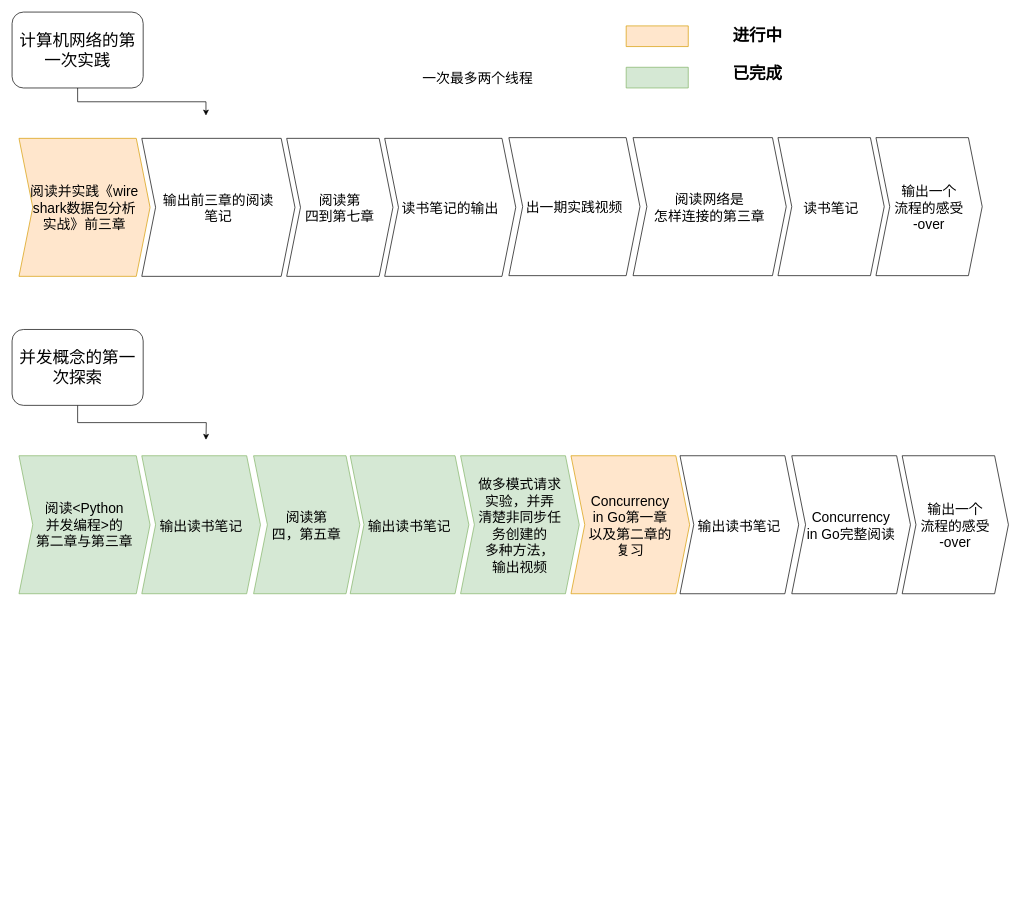
This is scheduler.drawio from xiaoniaoyouhuajiang/scheduler, a draw.io file, before an edit. Source tidied: cells renumbered, new cells numbered last; positions are measured from the earlier drawing's top-left corner, leaving out a move shared by most shapes. Both pictures are drawn from the tidied source at 69%, with x=0, y=0 at pixel (12, 12).
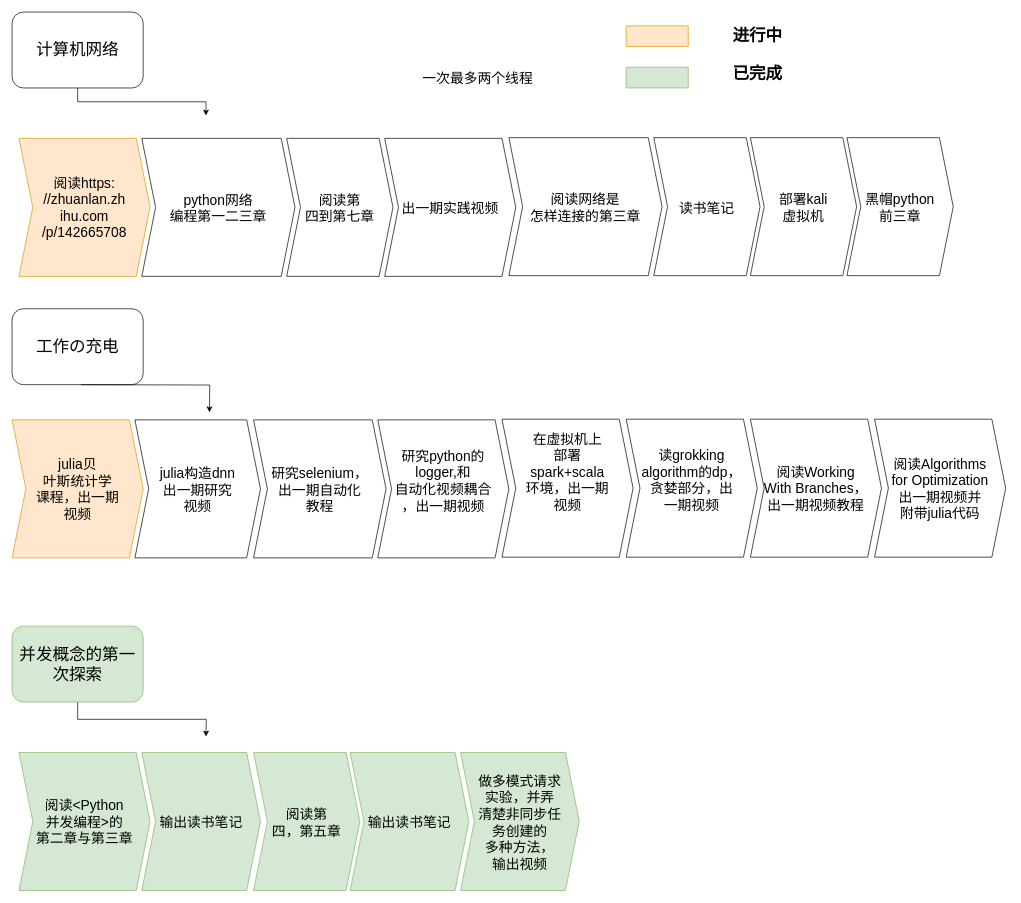
Above is the later version.

Unchanged cells that the change refers to:
```xml
<mxCell id="4" style="swimlane;horizontal=1;fillColor=none;strokeColor=none;stackBorder=10;align=center;points=[];fontColor=#000000;" parent="1" vertex="1">
  <mxGeometry y="150" width="562" height="243" as="geometry" />
</mxCell>
<mxCell id="8" style="swimlane;horizontal=1;fillColor=none;strokeColor=none;stackBorder=10;align=center;fontColor=#000000;" parent="1" vertex="1">
  <mxGeometry x="530" y="150" width="210" height="243" as="geometry" />
</mxCell>
```

Diff of the diagram source:
```diff
@@
-    <mxCell id="3" value="&lt;font style=&quot;font-size: 24px&quot;&gt;计算机网络的第一次实践&lt;/font&gt;" style="rounded=1;whiteSpace=wrap;html=1;" parent="1" vertex="1">
+    <mxCell id="3" value="&lt;span style=&quot;font-size: 24px&quot;&gt;计算机网络&lt;/span&gt;" style="rounded=1;whiteSpace=wrap;html=1;" parent="1" vertex="1">
       <mxGeometry width="190" height="110" as="geometry" />
     </mxCell>
@@
-    <mxCell id="5" value="阅读并实践《wire&#10;shark数据包分析&#10;实战》前三章" style="shape=step;perimeter=stepPerimeter;fixedSize=1;whiteSpace=wrap;fontSize=20;fillColor=#ffe6cc;strokeColor=#d79b00;" parent="4" vertex="1">
+    <mxCell id="5" value="阅读https:&#10;//zhuanlan.zh&#10;ihu.com&#10;/p/142665708" style="shape=step;perimeter=stepPerimeter;fixedSize=1;whiteSpace=wrap;fontSize=20;fillColor=#ffe6cc;strokeColor=#d79b00;" parent="4" vertex="1">
       <mxGeometry x="10" y="33" width="190" height="200" as="geometry" />
     </mxCell>
-    <mxCell id="6" value="输出前三章的阅读&#10;笔记" style="shape=step;perimeter=stepPerimeter;fixedSize=1;fontSize=20;" parent="4" vertex="1">
+    <mxCell id="6" value="python网络&#10;编程第一二三章" style="shape=step;perimeter=stepPerimeter;fixedSize=1;fontSize=20;" parent="4" vertex="1">
       <mxGeometry x="188" y="33" width="222" height="200" as="geometry" />
     </mxCell>
@@
-    <mxCell id="9" value="读书笔记的输出" style="shape=step;perimeter=stepPerimeter;fixedSize=1;whiteSpace=wrap;fontSize=20;" parent="8" vertex="1">
+    <mxCell id="9" value="出一期实践视频" style="shape=step;perimeter=stepPerimeter;fixedSize=1;whiteSpace=wrap;fontSize=20;" parent="8" vertex="1">
       <mxGeometry x="10" y="33" width="190" height="200" as="geometry" />
     </mxCell>
@@
     <mxCell id="14" style="edgeStyle=orthogonalEdgeStyle;rounded=0;jettySize=auto;html=1;exitX=0.5;exitY=1;exitDx=0;exitDy=0;" parent="1" edge="1" source="15">
       <mxGeometry relative="1" as="geometry">
-        <mxPoint x="281" y="620" as="targetPoint" />
+        <mxPoint x="281" y="1050" as="targetPoint" />
       </mxGeometry>
     </mxCell>
-    <mxCell id="15" value="&lt;font style=&quot;font-size: 24px&quot;&gt;并发概念的第一次探索&lt;/font&gt;" style="rounded=1;whiteSpace=wrap;html=1;" parent="1" vertex="1">
-      <mxGeometry y="460" width="190" height="110" as="geometry" />
+    <mxCell id="15" value="&lt;font style=&quot;font-size: 24px&quot;&gt;并发概念的第一次探索&lt;/font&gt;" style="rounded=1;whiteSpace=wrap;html=1;fillColor=#d5e8d4;strokeColor=#82b366;" parent="1" vertex="1">
+      <mxGeometry y="890" width="190" height="110" as="geometry" />
     </mxCell>
     <mxCell id="16" value="阅读&lt;Python&#10;并发编程&gt;的&#10;第二章与第三章" style="shape=step;perimeter=stepPerimeter;fixedSize=1;whiteSpace=wrap;fontSize=20;fillColor=#d5e8d4;strokeColor=#82b366;" parent="1" vertex="1">
-      <mxGeometry x="10" y="643" width="190" height="200" as="geometry" />
+      <mxGeometry x="10" y="1073" width="190" height="200" as="geometry" />
     </mxCell>
     <mxCell id="17" value="输出读书笔记" style="shape=step;perimeter=stepPerimeter;fixedSize=1;fontSize=20;fillColor=#d5e8d4;strokeColor=#82b366;" parent="1" vertex="1">
-      <mxGeometry x="188" y="643" width="172" height="200" as="geometry" />
+      <mxGeometry x="188" y="1073" width="172" height="200" as="geometry" />
     </mxCell>
     <mxCell id="18" value="阅读第&#10;四，第五章" style="shape=step;perimeter=stepPerimeter;fixedSize=1;fontSize=20;fillColor=#d5e8d4;strokeColor=#82b366;" parent="1" vertex="1">
-      <mxGeometry x="350" y="643" width="154" height="200" as="geometry" />
+      <mxGeometry x="350" y="1073" width="154" height="200" as="geometry" />
     </mxCell>
@@
     <mxCell id="20" value="输出读书笔记" style="shape=step;perimeter=stepPerimeter;fixedSize=1;fontSize=20;fillColor=#d5e8d4;strokeColor=#82b366;" parent="1" vertex="1">
-      <mxGeometry x="490" y="643" width="172" height="200" as="geometry" />
+      <mxGeometry x="490" y="1073" width="172" height="200" as="geometry" />
     </mxCell>
     <mxCell id="21" value="读书笔记" style="shape=step;perimeter=stepPerimeter;fixedSize=1;fontSize=20;" parent="1" vertex="1">
-      <mxGeometry x="1110" y="182" width="154" height="200" as="geometry" />
+      <mxGeometry x="930" y="182" width="154" height="200" as="geometry" />
     </mxCell>
-    <mxCell id="22" value="输出一个&#10;流程的感受&#10;-over" style="shape=step;perimeter=stepPerimeter;fixedSize=1;fontSize=20;" parent="1" vertex="1">
-      <mxGeometry x="1252" y="182" width="154" height="200" as="geometry" />
-    </mxCell>
     <mxCell id="23" value="阅读网络是&#10;怎样连接的第三章" style="shape=step;perimeter=stepPerimeter;fixedSize=1;fontSize=20;" parent="1" vertex="1">
-      <mxGeometry x="900" y="182" width="222" height="200" as="geometry" />
+      <mxGeometry x="720" y="182" width="222" height="200" as="geometry" />
     </mxCell>
-    <mxCell id="24" value="出一期实践视频" style="shape=step;perimeter=stepPerimeter;fixedSize=1;whiteSpace=wrap;fontSize=20;" parent="1" vertex="1">
-      <mxGeometry x="720" y="182" width="190" height="200" as="geometry" />
-    </mxCell>
     <mxCell id="25" value="做多模式请求&#10;实验，并弄&#10;清楚非同步任&#10;务创建的&#10;多种方法，&#10;输出视频" style="shape=step;perimeter=stepPerimeter;fixedSize=1;fontSize=20;fillColor=#d5e8d4;strokeColor=#82b366;" parent="1" vertex="1">
-      <mxGeometry x="650" y="643" width="172" height="200" as="geometry" />
+      <mxGeometry x="650" y="1073" width="172" height="200" as="geometry" />
     </mxCell>
-    <mxCell id="26" value="Concurrency &#10;in Go第一章&#10;以及第二章的&#10;复习" style="shape=step;perimeter=stepPerimeter;fixedSize=1;fontSize=20;fillColor=#ffe6cc;strokeColor=#d79b00;" parent="1" vertex="1">
-      <mxGeometry x="810" y="643" width="172" height="200" as="geometry" />
-    </mxCell>
-    <mxCell id="27" value="输出读书笔记" style="shape=step;perimeter=stepPerimeter;fixedSize=1;fontSize=20;" parent="1" vertex="1">
-      <mxGeometry x="968" y="643" width="172" height="200" as="geometry" />
-    </mxCell>
-    <mxCell id="28" value="Concurrency &#10;in Go完整阅读" style="shape=step;perimeter=stepPerimeter;fixedSize=1;fontSize=20;" parent="1" vertex="1">
-      <mxGeometry x="1130" y="643" width="172" height="200" as="geometry" />
-    </mxCell>
-    <mxCell id="29" value="输出一个&#10;流程的感受&#10;-over" style="shape=step;perimeter=stepPerimeter;fixedSize=1;fontSize=20;" parent="1" vertex="1">
-      <mxGeometry x="1290" y="643" width="154" height="200" as="geometry" />
-    </mxCell>
+    <mxCell id="30" value="julia贝&#10;叶斯统计学&#10;课程，出一期&#10;视频" style="shape=step;perimeter=stepPerimeter;fixedSize=1;whiteSpace=wrap;fontSize=20;fillColor=#ffe6cc;strokeColor=#d79b00;" parent="1" vertex="1">
+      <mxGeometry y="591" width="190" height="200" as="geometry" />
+    </mxCell>
+    <mxCell id="31" value="julia构造dnn&#10;出一期研究&#10;视频" style="shape=step;perimeter=stepPerimeter;fixedSize=1;fontSize=20;" parent="1" vertex="1">
+      <mxGeometry x="178" y="591" width="182" height="200" as="geometry" />
+    </mxCell>
+    <mxCell id="32" value="研究selenium，&#10;出一期自动化&#10;教程" style="shape=step;perimeter=stepPerimeter;fixedSize=1;fontSize=20;" parent="1" vertex="1">
+      <mxGeometry x="350" y="591" width="192" height="200" as="geometry" />
+    </mxCell>
+    <mxCell id="33" value="研究python的&#10;logger,和&#10;自动化视频耦合&#10;，出一期视频&#10;" style="shape=step;perimeter=stepPerimeter;fixedSize=1;whiteSpace=wrap;fontSize=20;" parent="1" vertex="1">
+      <mxGeometry x="530" y="591" width="190" height="200" as="geometry" />
+    </mxCell>
+    <mxCell id="34" value="在虚拟机上&#10;部署&#10;spark+scala&#10;环境，出一期&#10;视频&#10;&#10;" style="shape=step;perimeter=stepPerimeter;fixedSize=1;whiteSpace=wrap;fontSize=20;" parent="1" vertex="1">
+      <mxGeometry x="710" y="590" width="190" height="200" as="geometry" />
+    </mxCell>
+    <mxCell id="35" value="&lt;span style=&quot;font-size: 24px&quot;&gt;工作の充电&lt;/span&gt;" style="rounded=1;whiteSpace=wrap;html=1;" parent="1" vertex="1">
+      <mxGeometry y="430" width="190" height="110" as="geometry" />
+    </mxCell>
+    <mxCell id="36" style="edgeStyle=orthogonalEdgeStyle;rounded=0;orthogonalLoop=1;jettySize=auto;html=1;exitX=0.5;exitY=1;exitDx=0;exitDy=0;" parent="1" edge="1">
+      <mxGeometry relative="1" as="geometry">
+        <mxPoint x="100" y="540" as="sourcePoint" />
+        <mxPoint x="286" y="580" as="targetPoint" />
+      </mxGeometry>
+    </mxCell>
+    <mxCell id="37" value="部署kali&#10;虚拟机" style="shape=step;perimeter=stepPerimeter;fixedSize=1;fontSize=20;" parent="1" vertex="1">
+      <mxGeometry x="1070" y="182" width="154" height="200" as="geometry" />
+    </mxCell>
+    <mxCell id="38" value="黑帽python&#10;前三章" style="shape=step;perimeter=stepPerimeter;fixedSize=1;fontSize=20;" parent="1" vertex="1">
+      <mxGeometry x="1210" y="182" width="154" height="200" as="geometry" />
+    </mxCell>
+    <mxCell id="39" value="读grokking &#10;algorithm的dp，&#10;贪婪部分，出&#10;一期视频&#10;" style="shape=step;perimeter=stepPerimeter;fixedSize=1;whiteSpace=wrap;fontSize=20;" parent="1" vertex="1">
+      <mxGeometry x="890" y="590" width="190" height="200" as="geometry" />
+    </mxCell>
+    <mxCell id="40" value="阅读Working &#10;With Branches，&#10;出一期视频教程" style="shape=step;perimeter=stepPerimeter;fixedSize=1;whiteSpace=wrap;fontSize=20;" parent="1" vertex="1">
+      <mxGeometry x="1070" y="590" width="190" height="200" as="geometry" />
+    </mxCell>
+    <mxCell id="41" value="阅读Algorithms &#10;for Optimization&#10;出一期视频并&#10;附带julia代码" style="shape=step;perimeter=stepPerimeter;fixedSize=1;whiteSpace=wrap;fontSize=20;" parent="1" vertex="1">
+      <mxGeometry x="1250" y="590" width="190" height="200" as="geometry" />
+    </mxCell>
```
